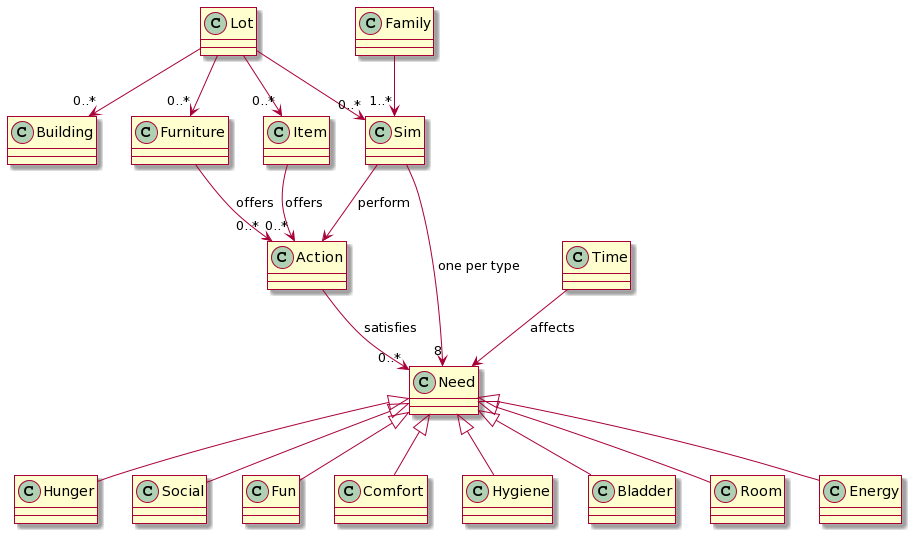
Earlier version of the PlantUML export Docs/Domain.png (Xiphereal/TheSims).
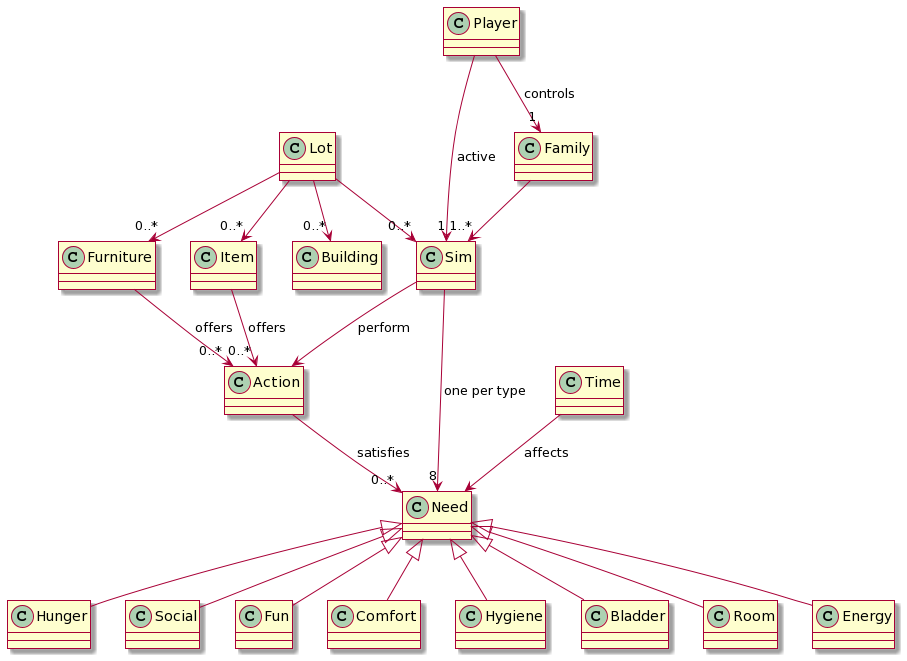
After the change.

Commit message:
docs(domain): put Player into the equation

What changed in the source:
```diff
@@ -22,6 +22,9 @@
 
 Family --> "1..*" Sim
 
+Player --> "1" Family : controls
+Player --> "1" Sim : active
+
 Furniture --> "0..*" Action : offers
 Item --> "0..*" Action : offers
 @enduml
```
